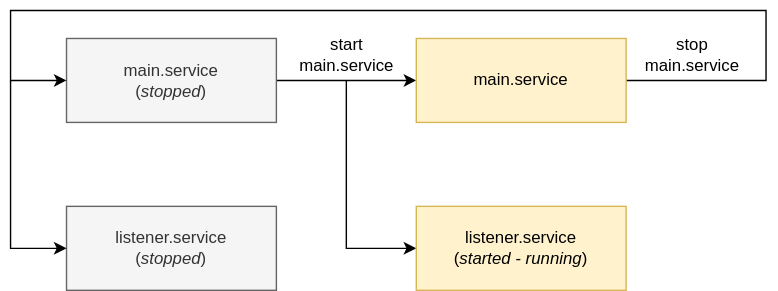
This is img/systemd.dependency.service.svg from manueljimenezs/manueljimenezs.github.io, a draw.io export, as it was before one commit. Source tidied: cells renumbered, new cells last; positions are measured from the earlier drawing's top-left corner, leaving out a move shared by most shapes.
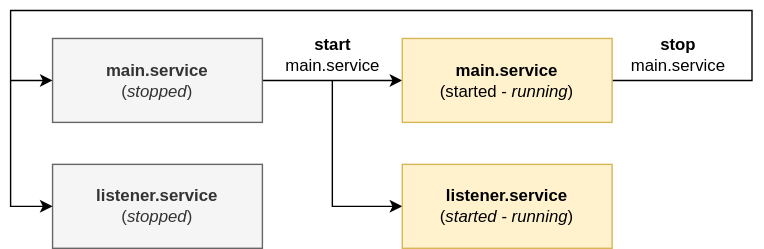
After the change.

What changed in the source:
```diff
@@ -5,7 +5,7 @@
     <mxCell id="2" style="edgeStyle=orthogonalEdgeStyle;rounded=0;jettySize=auto;html=1;" parent="1" edge="1" source="3" target="5">
       <mxGeometry relative="1" as="geometry" />
     </mxCell>
-    <mxCell id="3" value="main.service&lt;br&gt;(&lt;i&gt;stopped&lt;/i&gt;)" style="rounded=0;whiteSpace=wrap;html=1;fillColor=#f5f5f5;strokeColor=#666666;fontColor=#333333;" parent="1" vertex="1">
+    <mxCell id="3" value="&lt;b&gt;main.service&lt;/b&gt;&lt;br&gt;(&lt;i&gt;stopped&lt;/i&gt;)" style="rounded=0;whiteSpace=wrap;html=1;fillColor=#f5f5f5;strokeColor=#666666;fontColor=#333333;" parent="1" vertex="1">
       <mxGeometry x="40" y="20" width="150" height="60" as="geometry" />
     </mxCell>
     <mxCell id="4" style="edgeStyle=orthogonalEdgeStyle;rounded=0;jettySize=auto;html=1;entryX=0;entryY=0.5;entryDx=0;entryDy=0;" parent="1" edge="1" source="5" target="3">
@@ -13,40 +13,40 @@
         <Array as="points">
           <mxPoint x="540" y="50" />
           <mxPoint x="540" />
-          <mxPoint />
-          <mxPoint y="50" />
+          <mxPoint x="10" />
+          <mxPoint x="10" y="50" />
         </Array>
       </mxGeometry>
     </mxCell>
-    <mxCell id="5" value="main.service" style="rounded=0;whiteSpace=wrap;html=1;fillColor=#fff2cc;strokeColor=#d6b656;" parent="1" vertex="1">
+    <mxCell id="5" value="&lt;b&gt;main.service&lt;br&gt;&lt;/b&gt;(started - &lt;i&gt;running&lt;/i&gt;)" style="rounded=0;whiteSpace=wrap;html=1;fillColor=#fff2cc;strokeColor=#d6b656;" parent="1" vertex="1">
       <mxGeometry x="290" y="20" width="150" height="60" as="geometry" />
     </mxCell>
-    <mxCell id="6" value="start&lt;br&gt;main.service" style="text;html=1;align=center;verticalAlign=middle;strokeColor=none;fillColor=none;" parent="1" vertex="1">
+    <mxCell id="6" value="&lt;b&gt;start&lt;/b&gt;&lt;br&gt;main.service" style="text;html=1;align=center;verticalAlign=middle;strokeColor=none;fillColor=none;" parent="1" vertex="1">
       <mxGeometry x="195" y="17" width="90" height="30" as="geometry" />
     </mxCell>
-    <mxCell id="7" value="listener.service&lt;br&gt;(&lt;i&gt;stopped&lt;/i&gt;)" style="rounded=0;whiteSpace=wrap;html=1;fillColor=#f5f5f5;strokeColor=#666666;fontColor=#333333;" parent="1" vertex="1">
-      <mxGeometry x="40" y="140" width="150" height="60" as="geometry" />
+    <mxCell id="7" value="&lt;b&gt;listener.service&lt;/b&gt;&lt;br&gt;(&lt;i&gt;stopped&lt;/i&gt;)" style="rounded=0;whiteSpace=wrap;html=1;fillColor=#f5f5f5;strokeColor=#666666;fontColor=#333333;" parent="1" vertex="1">
+      <mxGeometry x="40" y="110" width="150" height="60" as="geometry" />
     </mxCell>
     <mxCell id="8" style="endArrow=classic;html=1;rounded=0;" parent="1" edge="1">
       <mxGeometry relative="1" as="geometry">
         <mxPoint x="240" y="50" as="sourcePoint" />
-        <mxPoint x="290" y="170" as="targetPoint" />
+        <mxPoint x="290" y="140" as="targetPoint" />
         <Array as="points">
-          <mxPoint x="240" y="170" />
+          <mxPoint x="240" y="140" />
         </Array>
       </mxGeometry>
     </mxCell>
-    <mxCell id="9" value="listener.service&lt;br&gt;(&lt;i&gt;started - running&lt;/i&gt;)" style="rounded=0;whiteSpace=wrap;html=1;fillColor=#fff2cc;strokeColor=#d6b656;" parent="1" vertex="1">
-      <mxGeometry x="290" y="140" width="150" height="60" as="geometry" />
+    <mxCell id="9" value="&lt;b&gt;listener.service&lt;/b&gt;&lt;br&gt;(&lt;i&gt;started - running&lt;/i&gt;)" style="rounded=0;whiteSpace=wrap;html=1;fillColor=#fff2cc;strokeColor=#d6b656;" parent="1" vertex="1">
+      <mxGeometry x="290" y="110" width="150" height="60" as="geometry" />
     </mxCell>
-    <mxCell id="10" value="stop&lt;br&gt;main.service" style="text;html=1;align=center;verticalAlign=middle;strokeColor=none;fillColor=none;" parent="1" vertex="1">
+    <mxCell id="10" value="&lt;b&gt;stop&lt;/b&gt;&lt;br&gt;main.service" style="text;html=1;align=center;verticalAlign=middle;strokeColor=none;fillColor=none;" parent="1" vertex="1">
       <mxGeometry x="442" y="17" width="90" height="30" as="geometry" />
     </mxCell>
     <mxCell id="11" style="endArrow=classic;html=1;rounded=0;entryX=0;entryY=0.5;entryDx=0;entryDy=0;" parent="1" edge="1" target="7">
       <mxGeometry relative="1" as="geometry">
-        <mxPoint y="50" as="sourcePoint" />
+        <mxPoint x="10" y="50" as="sourcePoint" />
         <Array as="points">
-          <mxPoint y="170" />
+          <mxPoint x="10" y="140" />
         </Array>
       </mxGeometry>
     </mxCell>
```
